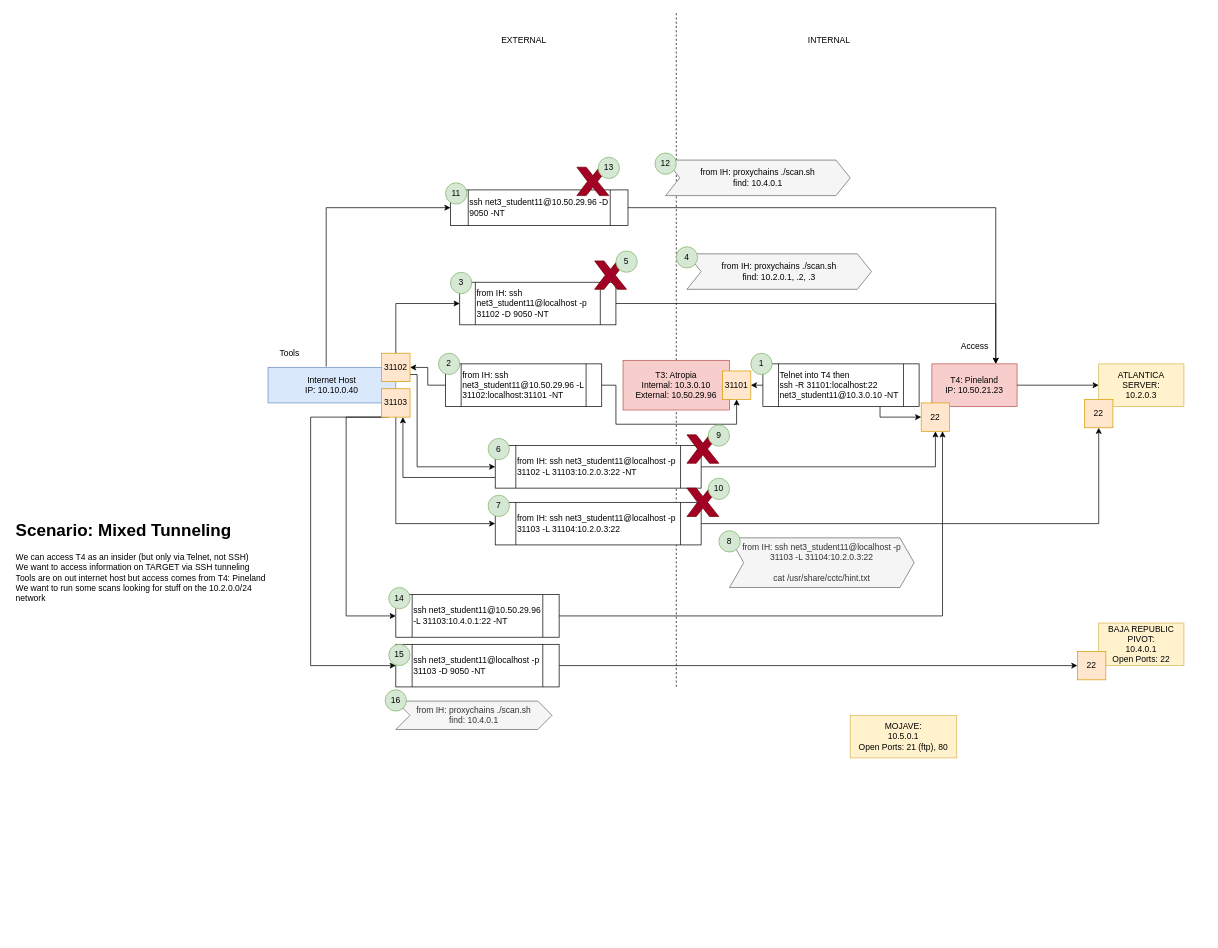
The draw.io diagram ctf/CTF_tunneling8.drawio in abfarr/cctc, before the edit. Source tidied: cells renumbered, new cells numbered last; positions are measured from the earlier drawing's top-left corner, leaving out a move shared by most shapes. Both pictures are drawn from the tidied source at 71%, with x=0, y=0 at pixel (12, 12).
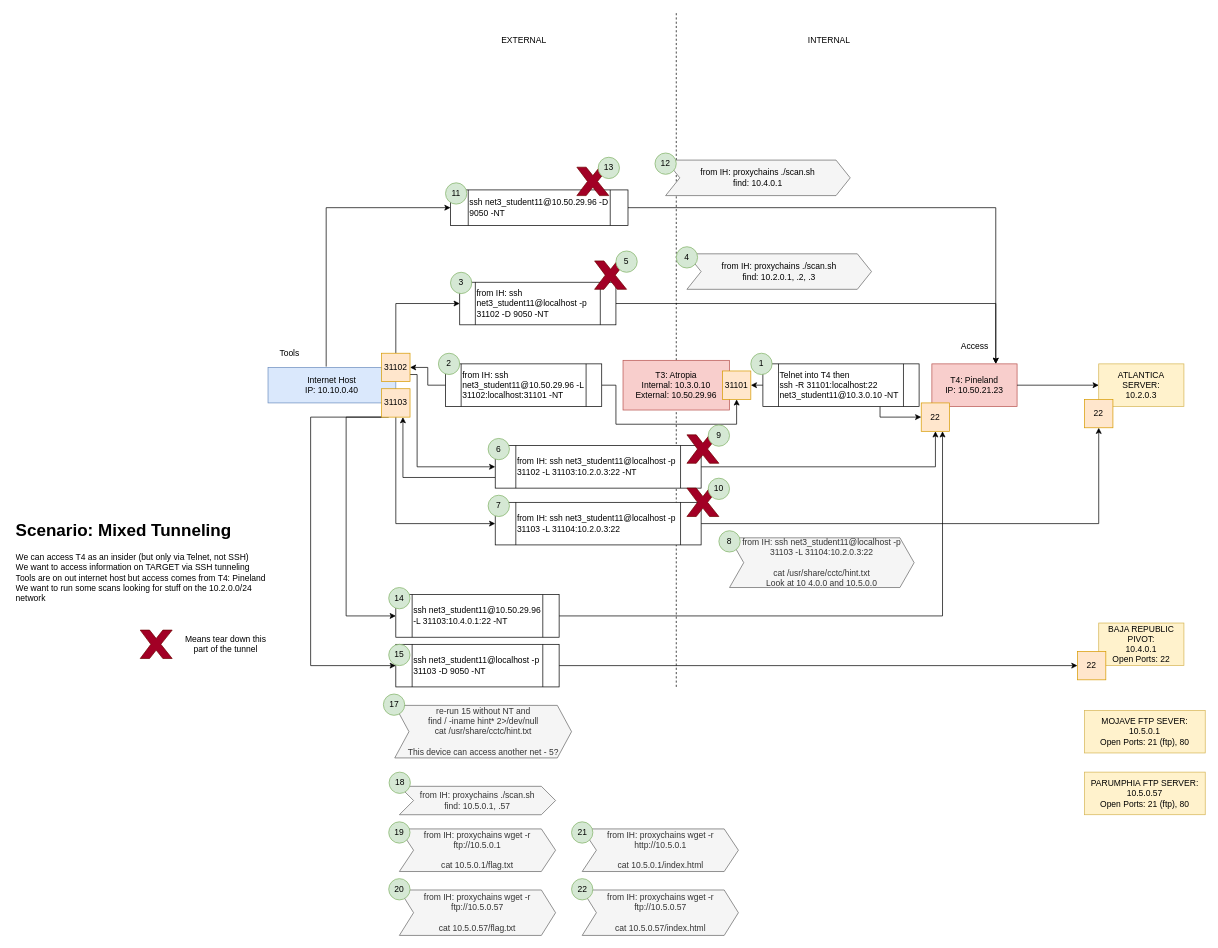
The same diagram, later.

Diff of the diagram source:
```diff
@@
-    <mxCell id="62" value="MOJAVE:&lt;br&gt;10.5.0.1&lt;br&gt;Open Ports: 21 (ftp), 80" style="rounded=0;whiteSpace=wrap;html=1;fillColor=#fff2cc;strokeColor=#d6b656;" parent="1" vertex="1">
-      <mxGeometry x="1180" y="990" width="150" height="60" as="geometry" />
+    <mxCell id="62" value="MOJAVE FTP SEVER:&lt;br&gt;10.5.0.1&lt;br&gt;Open Ports: 21 (ftp), 80" style="rounded=0;whiteSpace=wrap;html=1;fillColor=#fff2cc;strokeColor=#d6b656;" parent="1" vertex="1">
+      <mxGeometry x="1510" y="983" width="170" height="60" as="geometry" />
     </mxCell>
-    <mxCell id="63" value="&lt;span style=&quot;&quot;&gt;from IH: proxychains ./scan.sh&lt;/span&gt;&lt;br style=&quot;&quot;&gt;&lt;span style=&quot;&quot;&gt;find: 10.4.0.1&lt;/span&gt;" style="shape=step;perimeter=stepPerimeter;whiteSpace=wrap;html=1;fixedSize=1;align=center;fillColor=#f5f5f5;fontColor=#333333;strokeColor=#666666;" parent="1" vertex="1">
-      <mxGeometry x="540" y="970" width="220" height="40" as="geometry" />
+    <mxCell id="63" value="from IH: proxychains wget -r ftp://10.5.0.1&lt;br&gt;&lt;br&gt;cat 10.5.0.1/flag.txt" style="shape=step;perimeter=stepPerimeter;whiteSpace=wrap;html=1;fixedSize=1;align=center;fillColor=#f5f5f5;fontColor=#333333;strokeColor=#666666;" parent="1" vertex="1">
+      <mxGeometry x="545" y="1150" width="220" height="60" as="geometry" />
     </mxCell>
-    <mxCell id="64" value="16" style="ellipse;whiteSpace=wrap;html=1;fillColor=#d5e8d4;strokeColor=#82b366;" parent="1" vertex="1">
-      <mxGeometry x="525" y="954" width="30" height="30" as="geometry" />
-    </mxCell>
-    <mxCell id="65" value="&lt;div style=&quot;&quot;&gt;from IH: ssh net3_student11@localhost -p 31103 -L 31104:10.2.0.3:22&lt;/div&gt;&lt;div style=&quot;&quot;&gt;&lt;br&gt;&lt;/div&gt;&lt;div style=&quot;&quot;&gt;cat /usr/share/cctc/hint.txt&lt;/div&gt;" style="shape=step;perimeter=stepPerimeter;whiteSpace=wrap;html=1;fixedSize=1;align=center;fillColor=#f5f5f5;fontColor=#333333;strokeColor=#666666;" parent="1" vertex="1">
+    <mxCell id="65" value="&lt;div&gt;from IH: ssh net3_student11@localhost -p 31103 -L 31104:10.2.0.3:22&lt;/div&gt;&lt;div&gt;&lt;br&gt;&lt;/div&gt;&lt;div&gt;cat /usr/share/cctc/hint.txt&lt;/div&gt;&lt;div&gt;Look at 10 4.0.0 and 10.5.0.0&lt;/div&gt;" style="shape=step;perimeter=stepPerimeter;whiteSpace=wrap;html=1;fixedSize=1;align=center;fillColor=#f5f5f5;fontColor=#333333;strokeColor=#666666;" parent="1" vertex="1">
       <mxGeometry x="1010" y="740" width="260" height="70" as="geometry" />
     </mxCell>
@@
+    <mxCell id="71" value="PARUMPHIA FTP SERVER:&lt;br&gt;10.5.0.57&lt;br&gt;Open Ports: 21 (ftp), 80" style="rounded=0;whiteSpace=wrap;html=1;fillColor=#fff2cc;strokeColor=#d6b656;" parent="1" vertex="1">
+      <mxGeometry x="1510" y="1070" width="170" height="60" as="geometry" />
+    </mxCell>
+    <mxCell id="72" value="re-run 15 without NT and&lt;br&gt;find / -iname hint* 2&amp;gt;/dev/null&lt;br&gt;cat /usr/share/cctc/hint.txt&lt;br&gt;&lt;br&gt;This device can access another net - 5?" style="shape=step;perimeter=stepPerimeter;whiteSpace=wrap;html=1;fixedSize=1;align=center;fillColor=#f5f5f5;fontColor=#333333;strokeColor=#666666;" parent="1" vertex="1">
+      <mxGeometry x="538.5" y="976" width="249" height="74" as="geometry" />
+    </mxCell>
+    <mxCell id="73" value="17" style="ellipse;whiteSpace=wrap;html=1;fillColor=#d5e8d4;strokeColor=#82b366;" parent="1" vertex="1">
+      <mxGeometry x="522.5" y="960" width="30" height="30" as="geometry" />
+    </mxCell>
+    <mxCell id="74" value="&lt;span&gt;from IH: proxychains ./scan.sh&lt;/span&gt;&lt;br&gt;&lt;span&gt;find: 10.5.0.1, .57&lt;/span&gt;" style="shape=step;perimeter=stepPerimeter;whiteSpace=wrap;html=1;fixedSize=1;align=center;fillColor=#f5f5f5;fontColor=#333333;strokeColor=#666666;" parent="1" vertex="1">
+      <mxGeometry x="545" y="1090" width="220" height="40" as="geometry" />
+    </mxCell>
+    <mxCell id="75" value="19" style="ellipse;whiteSpace=wrap;html=1;fillColor=#d5e8d4;strokeColor=#82b366;" parent="1" vertex="1">
+      <mxGeometry x="530" y="1140" width="30" height="30" as="geometry" />
+    </mxCell>
+    <mxCell id="76" value="from IH: proxychains wget -r ftp://10.5.0.57&lt;br&gt;&lt;br&gt;cat 10.5.0.57/flag.txt" style="shape=step;perimeter=stepPerimeter;whiteSpace=wrap;html=1;fixedSize=1;align=center;fillColor=#f5f5f5;fontColor=#333333;strokeColor=#666666;" parent="1" vertex="1">
+      <mxGeometry x="545" y="1236" width="220" height="64" as="geometry" />
+    </mxCell>
+    <mxCell id="77" value="20" style="ellipse;whiteSpace=wrap;html=1;fillColor=#d5e8d4;strokeColor=#82b366;" parent="1" vertex="1">
+      <mxGeometry x="530" y="1220" width="30" height="30" as="geometry" />
+    </mxCell>
+    <mxCell id="64" value="18" style="ellipse;whiteSpace=wrap;html=1;fillColor=#d5e8d4;strokeColor=#82b366;" parent="1" vertex="1">
+      <mxGeometry x="530.5" y="1070" width="30" height="30" as="geometry" />
+    </mxCell>
+    <mxCell id="78" value="from IH: proxychains wget -r http://10.5.0.1&lt;br&gt;&lt;br&gt;cat 10.5.0.1/index.html" style="shape=step;perimeter=stepPerimeter;whiteSpace=wrap;html=1;fixedSize=1;align=center;fillColor=#f5f5f5;fontColor=#333333;strokeColor=#666666;" parent="1" vertex="1">
+      <mxGeometry x="802.5" y="1150" width="220" height="60" as="geometry" />
+    </mxCell>
+    <mxCell id="79" value="21" style="ellipse;whiteSpace=wrap;html=1;fillColor=#d5e8d4;strokeColor=#82b366;" parent="1" vertex="1">
+      <mxGeometry x="787.5" y="1140" width="30" height="30" as="geometry" />
+    </mxCell>
+    <mxCell id="80" value="from IH: proxychains wget -r ftp://10.5.0.57&lt;br&gt;&lt;br&gt;cat 10.5.0.57/index.html" style="shape=step;perimeter=stepPerimeter;whiteSpace=wrap;html=1;fixedSize=1;align=center;fillColor=#f5f5f5;fontColor=#333333;strokeColor=#666666;" parent="1" vertex="1">
+      <mxGeometry x="802.5" y="1236" width="220" height="64" as="geometry" />
+    </mxCell>
+    <mxCell id="81" value="22" style="ellipse;whiteSpace=wrap;html=1;fillColor=#d5e8d4;strokeColor=#82b366;" parent="1" vertex="1">
+      <mxGeometry x="787.5" y="1220" width="30" height="30" as="geometry" />
+    </mxCell>
+    <mxCell id="82" style="verticalLabelPosition=bottom;verticalAlign=top;html=1;shape=mxgraph.basic.x;fillColor=#a20025;fontColor=#ffffff;strokeColor=#6F0000;" parent="1" vertex="1">
+      <mxGeometry x="180" y="870" width="45" height="40" as="geometry" />
+    </mxCell>
+    <mxCell id="83" value="Means tear down this &lt;br&gt;part of the tunnel" style="text;html=1;align=center;verticalAlign=middle;strokeColor=none;fillColor=none;" parent="1" vertex="1">
+      <mxGeometry x="235" y="875" width="130" height="30" as="geometry" />
+    </mxCell>
```
